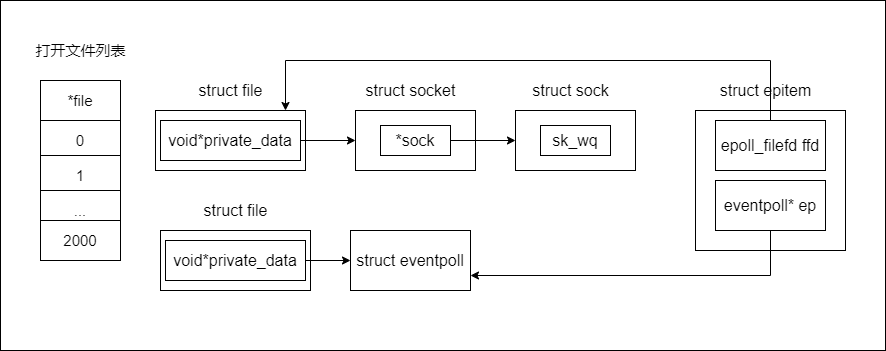
mo-xiaoxiu/imagefrommyblog keeps this draw.io diagram as data/epoll_initepitem_modifiy.drawio.png. Above is the earlier version. Source tidied: cells renumbered, new cells last; positions are measured from the earlier drawing's top-left corner, leaving out a move shared by most shapes. The source it was exported from:
```xml
<mxGraphModel>
  <root>
    <mxCell id="0" />
    <mxCell id="1" parent="0" />
    <mxCell id="2" style="rounded=0;whiteSpace=wrap;html=1;fontSize=16;" parent="1" vertex="1">
      <mxGeometry width="885" height="350" as="geometry" />
    </mxCell>
    <mxCell id="3" value="*file" style="rounded=0;whiteSpace=wrap;html=1;fontSize=15;" parent="1" vertex="1">
      <mxGeometry x="40" y="80" width="80" height="40" as="geometry" />
    </mxCell>
    <mxCell id="4" value="0" style="rounded=0;whiteSpace=wrap;html=1;fontSize=15;" parent="1" vertex="1">
      <mxGeometry x="40" y="120" width="80" height="40" as="geometry" />
    </mxCell>
    <mxCell id="5" value="1" style="rounded=0;whiteSpace=wrap;html=1;fontSize=15;" parent="1" vertex="1">
      <mxGeometry x="40" y="155" width="80" height="40" as="geometry" />
    </mxCell>
    <mxCell id="6" value="..." style="rounded=0;whiteSpace=wrap;html=1;fontSize=15;" parent="1" vertex="1">
      <mxGeometry x="40" y="190" width="80" height="40" as="geometry" />
    </mxCell>
    <mxCell id="7" value="2000" style="rounded=0;whiteSpace=wrap;html=1;fontSize=15;" parent="1" vertex="1">
      <mxGeometry x="40" y="220" width="80" height="40" as="geometry" />
    </mxCell>
    <mxCell id="8" value="打开文件列表" style="text;html=1;align=center;verticalAlign=middle;strokeColor=none;fillColor=none;fontSize=15;" parent="1" vertex="1">
      <mxGeometry x="25" y="40" width="110" height="20" as="geometry" />
    </mxCell>
    <mxCell id="9" style="rounded=0;whiteSpace=wrap;html=1;" parent="1" vertex="1">
      <mxGeometry x="155" y="110" width="150" height="60" as="geometry" />
    </mxCell>
    <mxCell id="10" value="&lt;font style=&quot;font-size: 16px&quot;&gt;struct file&lt;/font&gt;" style="text;html=1;align=center;verticalAlign=middle;strokeColor=none;fillColor=none;" parent="1" vertex="1">
      <mxGeometry x="190" y="80" width="80" height="20" as="geometry" />
    </mxCell>
    <mxCell id="11" style="edgeStyle=orthogonalEdgeStyle;rounded=0;jettySize=auto;html=1;entryX=0;entryY=0.5;entryDx=0;entryDy=0;fontSize=16;" parent="1" edge="1" source="12" target="13">
      <mxGeometry relative="1" as="geometry" />
    </mxCell>
    <mxCell id="12" value="void*private_data" style="rounded=0;whiteSpace=wrap;html=1;fontSize=16;" parent="1" vertex="1">
      <mxGeometry x="160" y="120" width="140" height="40" as="geometry" />
    </mxCell>
    <mxCell id="13" style="rounded=0;whiteSpace=wrap;html=1;fontSize=16;" parent="1" vertex="1">
      <mxGeometry x="355" y="110" width="120" height="60" as="geometry" />
    </mxCell>
    <mxCell id="14" value="struct socket" style="text;html=1;align=center;verticalAlign=middle;strokeColor=none;fillColor=none;fontSize=16;" parent="1" vertex="1">
      <mxGeometry x="355" y="80" width="110" height="20" as="geometry" />
    </mxCell>
    <mxCell id="15" style="edgeStyle=orthogonalEdgeStyle;rounded=0;jettySize=auto;html=1;entryX=0;entryY=0.5;entryDx=0;entryDy=0;fontSize=16;" parent="1" edge="1" source="16" target="21">
      <mxGeometry relative="1" as="geometry" />
    </mxCell>
    <mxCell id="16" value="*sock" style="rounded=0;whiteSpace=wrap;html=1;fontSize=16;" parent="1" vertex="1">
      <mxGeometry x="380" y="125" width="70" height="30" as="geometry" />
    </mxCell>
    <mxCell id="17" style="rounded=0;whiteSpace=wrap;html=1;" parent="1" vertex="1">
      <mxGeometry x="160" y="230" width="150" height="60" as="geometry" />
    </mxCell>
    <mxCell id="18" value="&lt;font style=&quot;font-size: 16px&quot;&gt;struct file&lt;/font&gt;" style="text;html=1;align=center;verticalAlign=middle;strokeColor=none;fillColor=none;" parent="1" vertex="1">
      <mxGeometry x="195" y="200" width="80" height="20" as="geometry" />
    </mxCell>
    <mxCell id="19" style="edgeStyle=orthogonalEdgeStyle;rounded=0;jettySize=auto;html=1;entryX=0;entryY=0.5;entryDx=0;entryDy=0;fontSize=16;" parent="1" edge="1" source="20" target="30">
      <mxGeometry relative="1" as="geometry" />
    </mxCell>
    <mxCell id="20" value="void*private_data" style="rounded=0;whiteSpace=wrap;html=1;fontSize=16;" parent="1" vertex="1">
      <mxGeometry x="165" y="240" width="140" height="40" as="geometry" />
    </mxCell>
    <mxCell id="21" style="rounded=0;whiteSpace=wrap;html=1;fontSize=16;" parent="1" vertex="1">
      <mxGeometry x="515" y="110" width="120" height="60" as="geometry" />
    </mxCell>
    <mxCell id="22" value="struct sock" style="text;html=1;align=center;verticalAlign=middle;strokeColor=none;fillColor=none;fontSize=16;" parent="1" vertex="1">
      <mxGeometry x="525" y="80" width="90" height="20" as="geometry" />
    </mxCell>
    <mxCell id="23" value="sk_wq" style="rounded=0;whiteSpace=wrap;html=1;fontSize=16;" parent="1" vertex="1">
      <mxGeometry x="540" y="125" width="70" height="30" as="geometry" />
    </mxCell>
    <mxCell id="24" style="rounded=0;whiteSpace=wrap;html=1;fontSize=16;" parent="1" vertex="1">
      <mxGeometry x="695" y="110" width="150" height="140" as="geometry" />
    </mxCell>
    <mxCell id="25" value="struct epitem" style="text;html=1;align=center;verticalAlign=middle;strokeColor=none;fillColor=none;fontSize=16;" parent="1" vertex="1">
      <mxGeometry x="710" y="80" width="110" height="20" as="geometry" />
    </mxCell>
    <mxCell id="26" style="edgeStyle=orthogonalEdgeStyle;rounded=0;jettySize=auto;html=1;fontSize=16;" parent="1" edge="1" source="27">
      <mxGeometry relative="1" as="geometry">
        <mxPoint x="285" y="110" as="targetPoint" />
        <Array as="points">
          <mxPoint x="770" y="60" />
          <mxPoint x="285" y="60" />
          <mxPoint x="285" y="110" />
        </Array>
      </mxGeometry>
    </mxCell>
    <mxCell id="27" value="epoll_filefd ffd" style="rounded=0;whiteSpace=wrap;html=1;fontSize=16;" parent="1" vertex="1">
      <mxGeometry x="715" y="120" width="110" height="50" as="geometry" />
    </mxCell>
    <mxCell id="28" style="edgeStyle=orthogonalEdgeStyle;rounded=0;jettySize=auto;html=1;fontSize=16;entryX=1;entryY=0.75;entryDx=0;entryDy=0;" parent="1" edge="1" source="29" target="30">
      <mxGeometry relative="1" as="geometry">
        <Array as="points">
          <mxPoint x="770" y="275" />
        </Array>
      </mxGeometry>
    </mxCell>
    <mxCell id="29" value="eventpoll* ep" style="rounded=0;whiteSpace=wrap;html=1;fontSize=16;" parent="1" vertex="1">
      <mxGeometry x="715" y="180" width="110" height="50" as="geometry" />
    </mxCell>
    <mxCell id="30" value="struct eventpoll" style="rounded=0;whiteSpace=wrap;html=1;fontSize=16;" parent="1" vertex="1">
      <mxGeometry x="350" y="230" width="120" height="60" as="geometry" />
    </mxCell>
  </root>
</mxGraphModel>
```
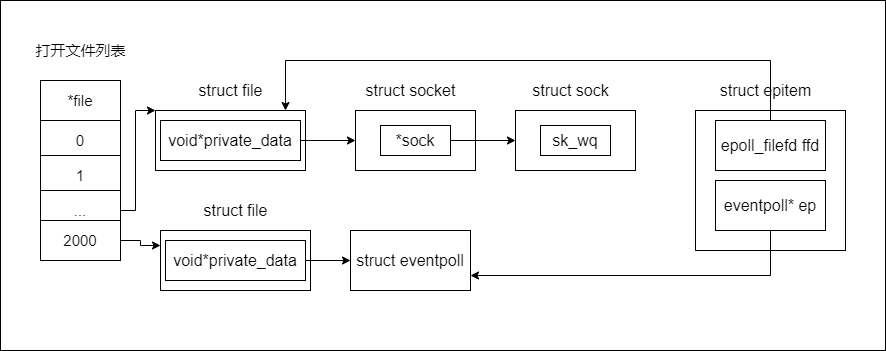
After the change.

The edit, as a diff of the source:
```diff
@@ -14,9 +14,20 @@
     <mxCell id="5" value="1" style="rounded=0;whiteSpace=wrap;html=1;fontSize=15;" parent="1" vertex="1">
       <mxGeometry x="40" y="155" width="80" height="40" as="geometry" />
     </mxCell>
+    <mxCell id="31" style="edgeStyle=orthogonalEdgeStyle;rounded=0;jettySize=auto;html=1;entryX=0;entryY=0;entryDx=0;entryDy=0;" parent="1" edge="1" source="6" target="9">
+      <mxGeometry relative="1" as="geometry">
+        <Array as="points">
+          <mxPoint x="135" y="210" />
+          <mxPoint x="135" y="110" />
+        </Array>
+      </mxGeometry>
+    </mxCell>
     <mxCell id="6" value="..." style="rounded=0;whiteSpace=wrap;html=1;fontSize=15;" parent="1" vertex="1">
       <mxGeometry x="40" y="190" width="80" height="40" as="geometry" />
     </mxCell>
+    <mxCell id="32" style="edgeStyle=orthogonalEdgeStyle;rounded=0;jettySize=auto;html=1;entryX=0;entryY=0.25;entryDx=0;entryDy=0;" parent="1" edge="1" source="7" target="17">
+      <mxGeometry relative="1" as="geometry" />
+    </mxCell>
     <mxCell id="7" value="2000" style="rounded=0;whiteSpace=wrap;html=1;fontSize=15;" parent="1" vertex="1">
       <mxGeometry x="40" y="220" width="80" height="40" as="geometry" />
     </mxCell>
```
